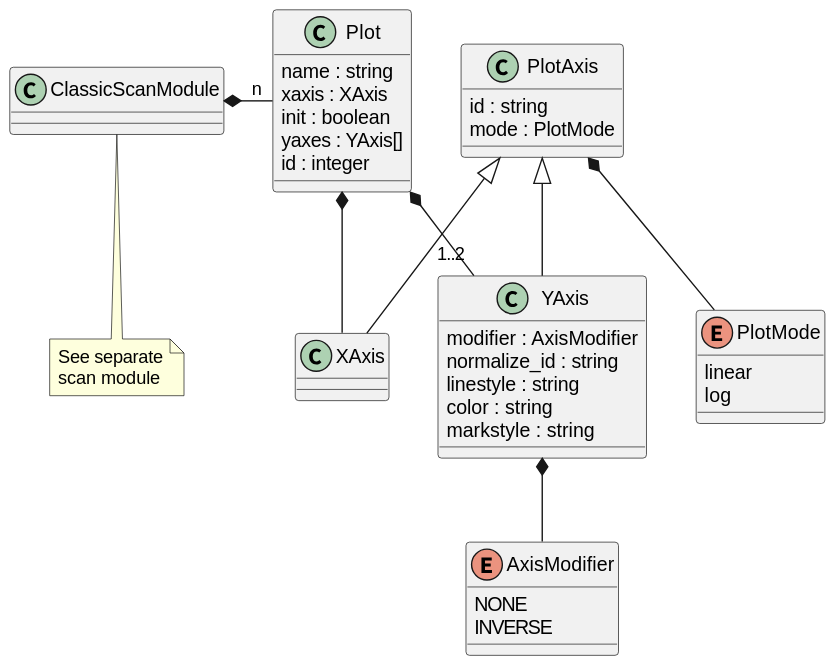
This is docs/uml/evedata.scan.entities.plot.svg from tillbiskup/evedata, a PlantUML export, as it was before one commit. The source it was exported from:
```plantuml
@startuml

class Plot {
    name : string
    xaxis : XAxis
    init : boolean
    yaxes : YAxis[]
    id : integer
}
Plot *-- XAxis
Plot *-- "1..2" YAxis
ClassicScanModule *- "n" Plot

note bottom of ClassicScanModule: See separate\nscan module

class PlotAxis {
    id : string
    mode : PlotMode
}
PlotAxis <|-- XAxis
PlotAxis <|-- YAxis
PlotAxis *-- PlotMode

class XAxis {
}

class YAxis {
    modifier : AxisModifier
    normalize_id : string
    linestyle : string
    color : string
    markstyle : string
}
YAxis *-- AxisModifier

enum AxisModifier {
    NONE
    INVERSE
}

enum PlotMode {
    linear
    log
}
@enduml
```
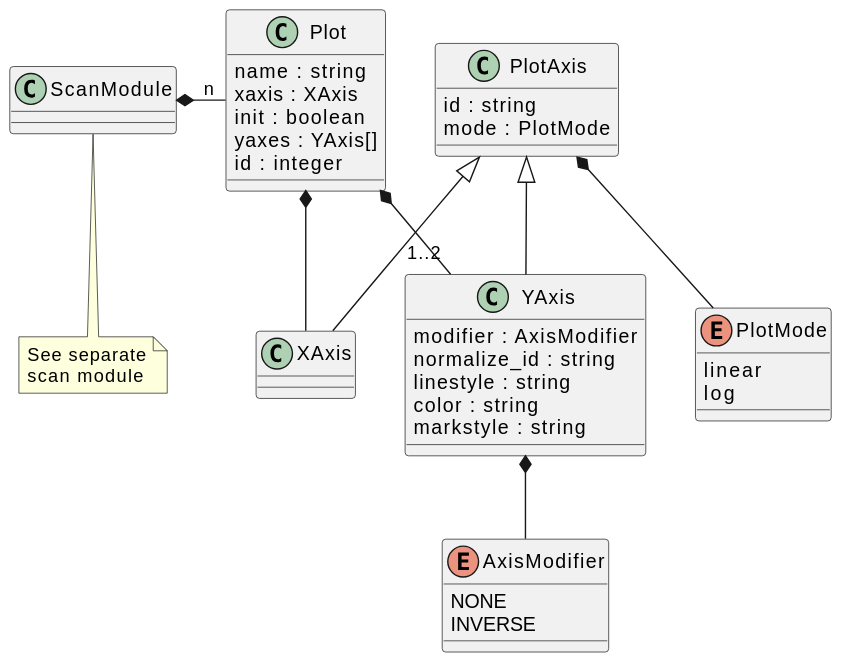
Above is the later version.

The edit, as a diff of the source:
```diff
@@ -9,9 +9,9 @@
 }
 Plot *-- XAxis
 Plot *-- "1..2" YAxis
-ClassicScanModule *- "n" Plot
+ScanModule *- "n" Plot
 
-note bottom of ClassicScanModule: See separate\nscan module
+note bottom of ScanModule: See separate\nscan module
 
 class PlotAxis {
     id : string
```
